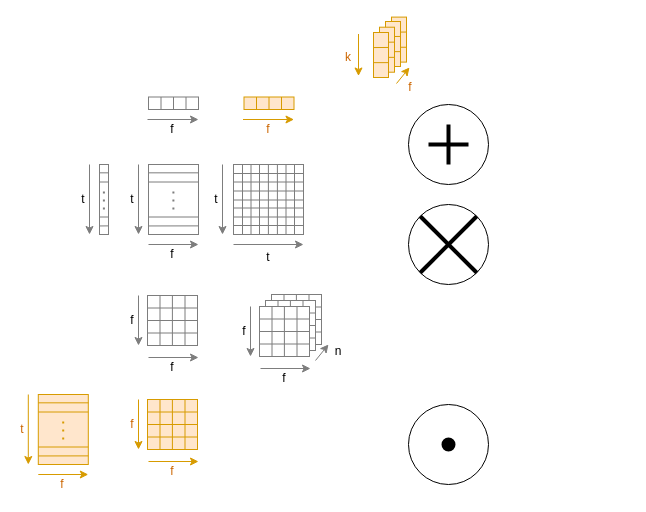
Earlier version of the draw.io diagram page "Base Figures" (1 of 5) of attention.drawio (OleguerCanal/diagrams). Source tidied: cells renumbered, new cells numbered last; positions are measured from the earlier drawing's top-left corner, leaving out a move shared by most shapes. Both pictures are drawn from the tidied source at 100%, with x=0, y=0 at pixel (17, 32).
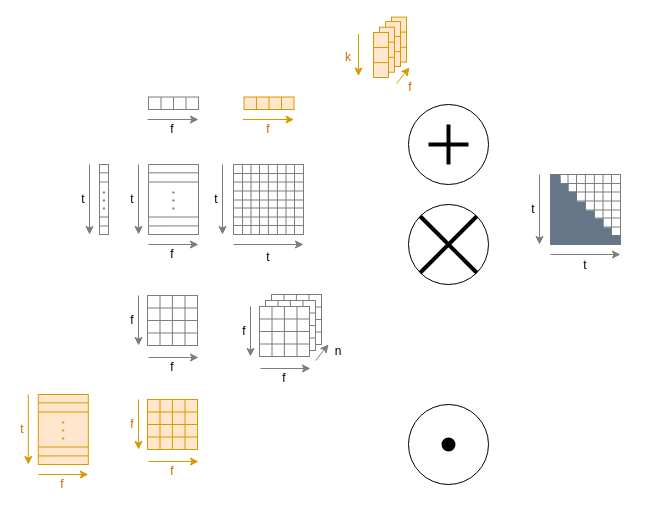
Above is the later version.

The edit, as a diff of the source:
```diff
@@
+    <mxCell id="134" style="whiteSpace=wrap;html=1;strokeColor=#7D7D7D;" parent="1" vertex="1">
+      <mxGeometry x="533" y="142" width="70" height="70" as="geometry" />
+    </mxCell>
+    <mxCell id="135" style="endArrow=none;html=1;rounded=0;strokeColor=#7D7D7D;entryX=0.25;entryY=0;entryDx=0;entryDy=0;exitX=0.25;exitY=1;exitDx=0;exitDy=0;" parent="1" edge="1" source="134" target="134">
+      <mxGeometry relative="1" as="geometry" />
+    </mxCell>
+    <mxCell id="136" style="endArrow=none;html=1;rounded=0;strokeColor=#7D7D7D;entryX=0.75;entryY=0;entryDx=0;entryDy=0;exitX=0.75;exitY=1;exitDx=0;exitDy=0;" parent="1" edge="1" source="134" target="134">
+      <mxGeometry relative="1" as="geometry" />
+    </mxCell>
+    <mxCell id="137" style="endArrow=none;html=1;rounded=0;strokeColor=#7D7D7D;entryX=0.75;entryY=0;entryDx=0;entryDy=0;exitX=0.75;exitY=1;exitDx=0;exitDy=0;startArrow=none;" parent="1" edge="1" source="153">
+      <mxGeometry relative="1" as="geometry">
+        <mxPoint x="542" y="142" as="targetPoint" />
+      </mxGeometry>
+    </mxCell>
+    <mxCell id="138" style="endArrow=none;html=1;rounded=0;strokeColor=#7D7D7D;entryX=0.75;entryY=0;entryDx=0;entryDy=0;exitX=0.75;exitY=1;exitDx=0;exitDy=0;" parent="1" edge="1">
+      <mxGeometry relative="1" as="geometry">
+        <mxPoint x="594" y="212" as="sourcePoint" />
+        <mxPoint x="594" y="142" as="targetPoint" />
+      </mxGeometry>
+    </mxCell>
+    <mxCell id="139" style="endArrow=none;html=1;rounded=0;strokeColor=#7D7D7D;exitX=0;exitY=0.25;exitDx=0;exitDy=0;entryX=1;entryY=0.25;entryDx=0;entryDy=0;" parent="1" edge="1" source="134" target="134">
+      <mxGeometry relative="1" as="geometry" />
+    </mxCell>
+    <mxCell id="140" style="endArrow=none;html=1;rounded=0;strokeColor=#7D7D7D;exitX=0;exitY=0.25;exitDx=0;exitDy=0;entryX=1;entryY=0.25;entryDx=0;entryDy=0;" parent="1" edge="1">
+      <mxGeometry relative="1" as="geometry">
+        <mxPoint x="533" y="151" as="sourcePoint" />
+        <mxPoint x="603" y="151" as="targetPoint" />
+      </mxGeometry>
+    </mxCell>
+    <mxCell id="141" style="endArrow=none;html=1;rounded=0;strokeColor=#7D7D7D;exitX=0;exitY=0.75;exitDx=0;exitDy=0;entryX=1;entryY=0.75;entryDx=0;entryDy=0;" parent="1" edge="1" source="134" target="134">
+      <mxGeometry relative="1" as="geometry" />
+    </mxCell>
+    <mxCell id="142" style="endArrow=none;html=1;rounded=0;strokeColor=#7D7D7D;exitX=0;exitY=0.75;exitDx=0;exitDy=0;entryX=1;entryY=0.75;entryDx=0;entryDy=0;" parent="1" edge="1">
+      <mxGeometry relative="1" as="geometry">
+        <mxPoint x="533" y="203" as="sourcePoint" />
+        <mxPoint x="603" y="203" as="targetPoint" />
+      </mxGeometry>
+    </mxCell>
+    <mxCell id="143" style="endArrow=none;html=1;rounded=0;strokeColor=#7D7D7D;entryX=0.75;entryY=0;entryDx=0;entryDy=0;exitX=0.75;exitY=1;exitDx=0;exitDy=0;" parent="1" edge="1">
+      <mxGeometry relative="1" as="geometry">
+        <mxPoint x="567.9" y="212" as="sourcePoint" />
+        <mxPoint x="567.9" y="142" as="targetPoint" />
+      </mxGeometry>
+    </mxCell>
+    <mxCell id="144" style="endArrow=none;html=1;rounded=0;strokeColor=#7D7D7D;entryX=0.75;entryY=0;entryDx=0;entryDy=0;exitX=0.75;exitY=1;exitDx=0;exitDy=0;" parent="1" edge="1">
+      <mxGeometry relative="1" as="geometry">
+        <mxPoint x="576.9" y="212" as="sourcePoint" />
+        <mxPoint x="576.9" y="142" as="targetPoint" />
+      </mxGeometry>
+    </mxCell>
+    <mxCell id="145" style="endArrow=none;html=1;rounded=0;strokeColor=#7D7D7D;entryX=0.75;entryY=0;entryDx=0;entryDy=0;exitX=0.75;exitY=1;exitDx=0;exitDy=0;" parent="1" edge="1">
+      <mxGeometry relative="1" as="geometry">
+        <mxPoint x="559" y="212" as="sourcePoint" />
+        <mxPoint x="559" y="142" as="targetPoint" />
+      </mxGeometry>
+    </mxCell>
+    <mxCell id="146" style="endArrow=none;html=1;rounded=0;strokeColor=#7D7D7D;exitX=0;exitY=0.25;exitDx=0;exitDy=0;entryX=1;entryY=0.25;entryDx=0;entryDy=0;" parent="1" edge="1">
+      <mxGeometry relative="1" as="geometry">
+        <mxPoint x="533" y="168.5" as="sourcePoint" />
+        <mxPoint x="603" y="168.5" as="targetPoint" />
+      </mxGeometry>
+    </mxCell>
+    <mxCell id="147" style="endArrow=none;html=1;rounded=0;strokeColor=#7D7D7D;exitX=0;exitY=0.25;exitDx=0;exitDy=0;entryX=1;entryY=0.25;entryDx=0;entryDy=0;" parent="1" edge="1">
+      <mxGeometry relative="1" as="geometry">
+        <mxPoint x="533" y="177.5" as="sourcePoint" />
+        <mxPoint x="603" y="177.5" as="targetPoint" />
+      </mxGeometry>
+    </mxCell>
+    <mxCell id="148" style="endArrow=none;html=1;rounded=0;strokeColor=#7D7D7D;exitX=0;exitY=0.25;exitDx=0;exitDy=0;entryX=1;entryY=0.25;entryDx=0;entryDy=0;" parent="1" edge="1">
+      <mxGeometry relative="1" as="geometry">
+        <mxPoint x="533" y="185.5" as="sourcePoint" />
+        <mxPoint x="603" y="185.5" as="targetPoint" />
+      </mxGeometry>
+    </mxCell>
+    <mxCell id="149" style="endArrow=classic;html=1;rounded=0;strokeColor=#7D7D7D;" parent="1" edge="1">
+      <mxGeometry relative="1" as="geometry">
+        <mxPoint x="522" y="142" as="sourcePoint" />
+        <mxPoint x="522" y="212" as="targetPoint" />
+      </mxGeometry>
+    </mxCell>
+    <mxCell id="150" value="t" style="text;html=1;strokeColor=none;fillColor=none;align=center;verticalAlign=middle;whiteSpace=wrap;rounded=0;" parent="1" vertex="1">
+      <mxGeometry x="511" y="162" width="10" height="30" as="geometry" />
+    </mxCell>
+    <mxCell id="151" style="endArrow=classic;html=1;rounded=0;strokeColor=#7D7D7D;" parent="1" edge="1">
+      <mxGeometry relative="1" as="geometry">
+        <mxPoint x="533" y="222" as="sourcePoint" />
+        <mxPoint x="603" y="222" as="targetPoint" />
+      </mxGeometry>
+    </mxCell>
+    <mxCell id="152" style="rounded=0;whiteSpace=wrap;html=1;shadow=0;glass=0;labelBackgroundColor=none;sketch=0;fontColor=#ffffff;strokeWidth=2;fillColor=#647687;strokeColor=none;" parent="1" vertex="1">
+      <mxGeometry x="533" y="142" width="10" height="70" as="geometry" />
+    </mxCell>
+    <mxCell id="153" style="rounded=0;whiteSpace=wrap;html=1;shadow=0;glass=0;labelBackgroundColor=none;sketch=0;fontColor=#ffffff;strokeWidth=2;fillColor=#647687;strokeColor=none;" parent="1" vertex="1">
+      <mxGeometry x="541" y="151" width="10" height="61" as="geometry" />
+    </mxCell>
+    <mxCell id="154" style="rounded=0;whiteSpace=wrap;html=1;shadow=0;glass=0;labelBackgroundColor=none;sketch=0;fontColor=#ffffff;strokeWidth=2;fillColor=#647687;strokeColor=none;" parent="1" vertex="1">
+      <mxGeometry x="549" y="159" width="10" height="53" as="geometry" />
+    </mxCell>
+    <mxCell id="155" style="rounded=0;whiteSpace=wrap;html=1;shadow=0;glass=0;labelBackgroundColor=none;sketch=0;fontColor=#ffffff;strokeWidth=2;fillColor=#647687;strokeColor=none;" parent="1" vertex="1">
+      <mxGeometry x="558" y="169" width="10" height="43" as="geometry" />
+    </mxCell>
+    <mxCell id="156" style="rounded=0;whiteSpace=wrap;html=1;shadow=0;glass=0;labelBackgroundColor=none;sketch=0;fontColor=#ffffff;strokeWidth=2;fillColor=#647687;strokeColor=none;" parent="1" vertex="1">
+      <mxGeometry x="567" y="178" width="10" height="34" as="geometry" />
+    </mxCell>
+    <mxCell id="157" style="rounded=0;whiteSpace=wrap;html=1;shadow=0;glass=0;labelBackgroundColor=none;sketch=0;fontColor=#ffffff;strokeWidth=2;fillColor=#647687;strokeColor=none;" parent="1" vertex="1">
+      <mxGeometry x="576" y="186" width="10" height="26" as="geometry" />
+    </mxCell>
+    <mxCell id="158" style="rounded=0;whiteSpace=wrap;html=1;shadow=0;glass=0;labelBackgroundColor=none;sketch=0;fontColor=#ffffff;strokeWidth=2;fillColor=#647687;strokeColor=none;" parent="1" vertex="1">
+      <mxGeometry x="584" y="195" width="10" height="17" as="geometry" />
+    </mxCell>
+    <mxCell id="159" style="rounded=0;whiteSpace=wrap;html=1;shadow=0;glass=0;labelBackgroundColor=none;sketch=0;fontColor=#ffffff;strokeWidth=2;fillColor=#647687;strokeColor=none;" parent="1" vertex="1">
+      <mxGeometry x="593" y="203" width="10" height="9" as="geometry" />
+    </mxCell>
+    <mxCell id="160" value="t" style="text;html=1;strokeColor=none;fillColor=none;align=center;verticalAlign=middle;whiteSpace=wrap;rounded=0;" parent="1" vertex="1">
+      <mxGeometry x="563" y="218" width="10" height="30" as="geometry" />
+    </mxCell>
```
